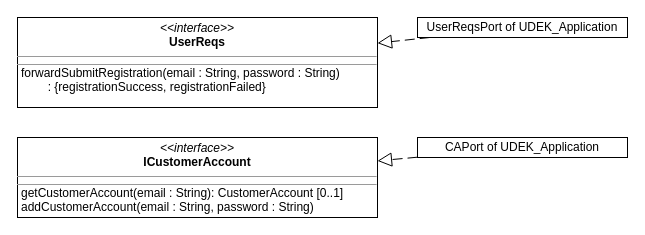
Before: page "Internal Interfaces" (2 of 3) of A08_composite_structure_diagram_RegisterCustomer.drawio in melvdlin/swtlab, a draw.io diagram. Source tidied: cells renumbered, new cells numbered last; positions are measured from the earlier drawing's top-left corner, leaving out a move shared by most shapes. Both pictures are drawn from the tidied source at 100%, with x=0, y=0 at pixel (17, 17).
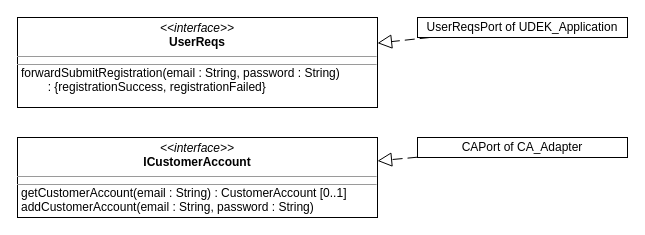
After the change.

What changed in the source:
```diff
@@
 <mxGraphModel>
   <root>
     <mxCell id="0" />
     <mxCell id="1" parent="0" />
     <mxCell id="2" value="&lt;p style=&quot;margin: 0px ; margin-top: 4px ; text-align: center&quot;&gt;&lt;i&gt;&amp;lt;&amp;lt;interface&amp;gt;&amp;gt;&lt;/i&gt;&lt;br&gt;&lt;b&gt;UserReqs&lt;/b&gt;&lt;/p&gt;&lt;hr size=&quot;1&quot;&gt;&lt;p style=&quot;margin: 0px 0px 0px 4px ; font-size: 1px&quot;&gt;&lt;font style=&quot;font-size: 1px&quot;&gt;&lt;br&gt;&lt;/font&gt;&lt;/p&gt;&lt;hr size=&quot;1&quot; style=&quot;font-size: 1px&quot;&gt;&lt;p style=&quot;margin: 0px ; margin-left: 4px&quot;&gt;forwardSubmitRegistration(email : String, password : String)&lt;/p&gt;&lt;p style=&quot;margin: 0px ; margin-left: 4px&quot;&gt;&lt;span style=&quot;white-space: pre&quot;&gt;&#9;&lt;/span&gt;: {registrationSuccess, registrationFailed}&lt;/p&gt;" style="verticalAlign=top;align=left;overflow=fill;fontSize=12;fontFamily=Helvetica;html=1;fontColor=default;" parent="1" vertex="1">
       <mxGeometry width="360" height="90" as="geometry" />
     </mxCell>
-    <mxCell id="3" value="&lt;p style=&quot;margin: 0px ; margin-top: 4px ; text-align: center&quot;&gt;&lt;i&gt;&amp;lt;&amp;lt;interface&amp;gt;&amp;gt;&lt;/i&gt;&lt;br&gt;&lt;b&gt;ICustomerAccount&lt;/b&gt;&lt;/p&gt;&lt;hr size=&quot;1&quot;&gt;&lt;p style=&quot;margin: 0px 0px 0px 4px ; font-size: 1px&quot;&gt;&lt;font style=&quot;font-size: 1px&quot;&gt;&lt;br&gt;&lt;/font&gt;&lt;/p&gt;&lt;hr size=&quot;1&quot; style=&quot;font-size: 1px&quot;&gt;&lt;p style=&quot;margin: 0px ; margin-left: 4px&quot;&gt;getCustomerAccount(email : String)&lt;span&gt;: CustomerAccount [0..1]&lt;/span&gt;&lt;/p&gt;&lt;p style=&quot;margin: 0px ; margin-left: 4px&quot;&gt;addCustomerAccount(email : String, password : String)&lt;/p&gt;" style="verticalAlign=top;align=left;overflow=fill;fontSize=12;fontFamily=Helvetica;html=1;fontColor=default;" parent="1" vertex="1">
+    <mxCell id="3" value="&lt;p style=&quot;margin: 0px ; margin-top: 4px ; text-align: center&quot;&gt;&lt;i&gt;&amp;lt;&amp;lt;interface&amp;gt;&amp;gt;&lt;/i&gt;&lt;br&gt;&lt;b&gt;ICustomerAccount&lt;/b&gt;&lt;/p&gt;&lt;hr size=&quot;1&quot;&gt;&lt;p style=&quot;margin: 0px 0px 0px 4px ; font-size: 1px&quot;&gt;&lt;font style=&quot;font-size: 1px&quot;&gt;&lt;br&gt;&lt;/font&gt;&lt;/p&gt;&lt;hr size=&quot;1&quot; style=&quot;font-size: 1px&quot;&gt;&lt;p style=&quot;margin: 0px ; margin-left: 4px&quot;&gt;getCustomerAccount(email : String)&amp;nbsp;&lt;span&gt;: CustomerAccount [0..1]&lt;/span&gt;&lt;/p&gt;&lt;p style=&quot;margin: 0px ; margin-left: 4px&quot;&gt;addCustomerAccount(email : String, password : String)&lt;/p&gt;" style="verticalAlign=top;align=left;overflow=fill;fontSize=12;fontFamily=Helvetica;html=1;fontColor=default;" parent="1" vertex="1">
       <mxGeometry y="120" width="360" height="80" as="geometry" />
     </mxCell>
     <mxCell id="4" value="UserReqsPort of UDEK_Application" style="rounded=0;whiteSpace=wrap;html=1;fontFamily=Helvetica;fontSize=12;fontColor=default;" parent="1" vertex="1">
       <mxGeometry x="400" width="210" height="20" as="geometry" />
     </mxCell>
     <mxCell id="5" style="edgeStyle=none;shape=connector;rounded=0;jettySize=auto;html=1;labelBackgroundColor=none;fontFamily=Helvetica;fontSize=12;fontColor=default;startArrow=none;startFill=0;endArrow=block;endFill=0;endSize=12;strokeColor=default;startSize=12;dashed=1;dashPattern=10 5;" parent="1" edge="1" source="6" target="3">
       <mxGeometry relative="1" as="geometry" />
     </mxCell>
-    <mxCell id="6" value="CAPort of UDEK_Application" style="rounded=0;whiteSpace=wrap;html=1;fontFamily=Helvetica;fontSize=12;fontColor=default;" parent="1" vertex="1">
+    <mxCell id="6" value="CAPort of CA_Adapter" style="rounded=0;whiteSpace=wrap;html=1;fontFamily=Helvetica;fontSize=12;fontColor=default;" parent="1" vertex="1">
       <mxGeometry x="400" y="120" width="210" height="20" as="geometry" />
     </mxCell>
     <mxCell id="7" style="edgeStyle=none;shape=connector;rounded=0;jettySize=auto;html=1;labelBackgroundColor=none;fontFamily=Helvetica;fontSize=12;fontColor=default;startArrow=none;startFill=0;endArrow=block;endFill=0;endSize=12;strokeColor=default;startSize=12;dashed=1;dashPattern=10 5;" parent="1" edge="1" source="4" target="2">
       <mxGeometry relative="1" as="geometry" />
     </mxCell>
   </root>
 </mxGraphModel>
```
